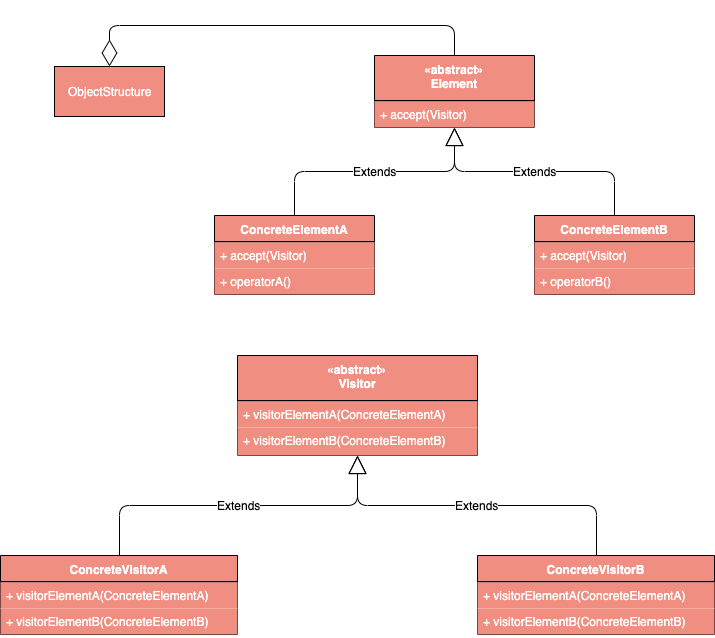
Above: docs/drawio/Visitor.png in CodePoem/VDesignPatterns (draw.io), before the change. Source tidied: cells renumbered, new cells last; positions are measured from the earlier drawing's top-left corner, leaving out a move shared by most shapes. Its diagram source:
```xml
<mxGraphModel>
  <root>
    <mxCell id="0" />
    <mxCell id="1" parent="0" />
    <mxCell id="2" value="«abstract»&#10;Visitor" style="swimlane;fontStyle=1;align=center;verticalAlign=top;horizontal=1;startSize=45;fillColor=#F08E81;fontColor=#FFFFFF;" parent="1" vertex="1">
      <mxGeometry x="237" y="330" width="240" height="100" as="geometry" />
    </mxCell>
    <mxCell id="3" style="line;strokeWidth=1;fillColor=#F08E81;align=left;verticalAlign=middle;spacingTop=-1;spacingLeft=3;spacingRight=3;labelPosition=right;fontColor=#FFFFFF;" parent="2" vertex="1">
      <mxGeometry y="45" width="240" height="1" as="geometry" />
    </mxCell>
    <mxCell id="4" value="+ visitorElementA(ConcreteElementA)" style="text;strokeColor=none;fillColor=#F08E81;align=left;verticalAlign=top;spacingLeft=4;spacingRight=4;overflow=hidden;fontColor=#FFFFFF;" parent="2" vertex="1">
      <mxGeometry y="46" width="240" height="26" as="geometry" />
    </mxCell>
    <mxCell id="5" value="+ visitorElementB(ConcreteElementB)" style="text;strokeColor=none;fillColor=#F08E81;align=left;verticalAlign=top;spacingLeft=4;spacingRight=4;overflow=hidden;fontColor=#FFFFFF;" parent="2" vertex="1">
      <mxGeometry y="72" width="240" height="28" as="geometry" />
    </mxCell>
    <mxCell id="6" value="ConcreteVisitorA" style="swimlane;fontStyle=1;align=center;verticalAlign=top;horizontal=1;startSize=26;fillColor=#F08E81;fontColor=#FFFFFF;" parent="1" vertex="1">
      <mxGeometry y="530" width="237" height="79" as="geometry" />
    </mxCell>
    <mxCell id="7" style="line;strokeWidth=1;fillColor=#F08E81;align=left;verticalAlign=middle;spacingTop=-1;spacingLeft=3;spacingRight=3;labelPosition=right;fontColor=#FFFFFF;" parent="6" vertex="1">
      <mxGeometry y="26" width="237" height="1" as="geometry" />
    </mxCell>
    <mxCell id="8" value="+ visitorElementA(ConcreteElementA)" style="text;strokeColor=none;fillColor=#F08E81;align=left;verticalAlign=top;spacingLeft=4;spacingRight=4;overflow=hidden;fontColor=#FFFFFF;" parent="6" vertex="1">
      <mxGeometry y="27" width="237" height="26" as="geometry" />
    </mxCell>
    <mxCell id="9" value="+ visitorElementB(ConcreteElementB)" style="text;strokeColor=none;fillColor=#F08E81;align=left;verticalAlign=top;spacingLeft=4;spacingRight=4;overflow=hidden;fontColor=#FFFFFF;" parent="6" vertex="1">
      <mxGeometry y="53" width="237" height="26" as="geometry" />
    </mxCell>
    <mxCell id="10" value="«abstract»&#10;Element" style="swimlane;fontStyle=1;align=center;verticalAlign=top;horizontal=1;startSize=45;fillColor=#F08E81;fontColor=#FFFFFF;" parent="1" vertex="1">
      <mxGeometry x="374" y="30" width="160" height="72" as="geometry" />
    </mxCell>
    <mxCell id="11" style="line;strokeWidth=1;fillColor=#F08E81;align=left;verticalAlign=middle;spacingTop=-1;spacingLeft=3;spacingRight=3;labelPosition=right;fontColor=#FFFFFF;" parent="10" vertex="1">
      <mxGeometry y="45" width="160" height="1" as="geometry" />
    </mxCell>
    <mxCell id="12" value="+ accept(Visitor)" style="text;strokeColor=none;fillColor=#F08E81;align=left;verticalAlign=top;spacingLeft=4;spacingRight=4;overflow=hidden;points=[[0,0.5],[1,0.5]];portConstraint=eastwest;fontColor=#FFFFFF;" parent="10" vertex="1">
      <mxGeometry y="46" width="160" height="26" as="geometry" />
    </mxCell>
    <mxCell id="13" value="ConcreteElementA" style="swimlane;fontStyle=1;align=center;verticalAlign=top;horizontal=1;startSize=26;fillColor=#F08E81;fontColor=#FFFFFF;" parent="1" vertex="1">
      <mxGeometry x="214" y="190" width="160" height="79" as="geometry" />
    </mxCell>
    <mxCell id="14" style="line;strokeWidth=1;fillColor=#F08E81;align=left;verticalAlign=middle;spacingTop=-1;spacingLeft=3;spacingRight=3;labelPosition=right;fontColor=#FFFFFF;" parent="13" vertex="1">
      <mxGeometry y="26" width="160" height="1" as="geometry" />
    </mxCell>
    <mxCell id="15" value="+ accept(Visitor)" style="text;strokeColor=none;fillColor=#F08E81;align=left;verticalAlign=top;spacingLeft=4;spacingRight=4;overflow=hidden;fontColor=#FFFFFF;" parent="13" vertex="1">
      <mxGeometry y="27" width="160" height="26" as="geometry" />
    </mxCell>
    <mxCell id="16" value="+ operatorA()" style="text;strokeColor=none;fillColor=#F08E81;align=left;verticalAlign=top;spacingLeft=4;spacingRight=4;overflow=hidden;fontColor=#FFFFFF;" parent="13" vertex="1">
      <mxGeometry y="53" width="160" height="26" as="geometry" />
    </mxCell>
    <mxCell id="17" value="ConcreteElementB" style="swimlane;fontStyle=1;align=center;verticalAlign=top;horizontal=1;startSize=26;fillColor=#F08E81;fontColor=#FFFFFF;" parent="1" vertex="1">
      <mxGeometry x="534" y="190" width="160" height="79" as="geometry" />
    </mxCell>
    <mxCell id="18" style="line;strokeWidth=1;fillColor=#F08E81;align=left;verticalAlign=middle;spacingTop=-1;spacingLeft=3;spacingRight=3;labelPosition=right;fontColor=#FFFFFF;" parent="17" vertex="1">
      <mxGeometry y="26" width="160" height="1" as="geometry" />
    </mxCell>
    <mxCell id="19" value="+ accept(Visitor)" style="text;strokeColor=none;fillColor=#F08E81;align=left;verticalAlign=top;spacingLeft=4;spacingRight=4;overflow=hidden;fontColor=#FFFFFF;" parent="17" vertex="1">
      <mxGeometry y="27" width="160" height="26" as="geometry" />
    </mxCell>
    <mxCell id="20" value="+ operatorB()" style="text;strokeColor=none;fillColor=#F08E81;align=left;verticalAlign=top;spacingLeft=4;spacingRight=4;overflow=hidden;fontColor=#FFFFFF;" parent="17" vertex="1">
      <mxGeometry y="53" width="160" height="26" as="geometry" />
    </mxCell>
    <mxCell id="21" value="ObjectStructure" style="html=1;fillColor=#F08E81;fontColor=#FFFFFF;" parent="1" vertex="1">
      <mxGeometry x="54" y="41" width="110" height="50" as="geometry" />
    </mxCell>
    <mxCell id="22" value="Extends" style="endArrow=block;endSize=16;endFill=0;html=1;fontColor=#000000;entryX=0.5;entryY=1;entryDx=0;entryDy=0;exitX=0.5;exitY=0;exitDx=0;exitDy=0;edgeStyle=orthogonalEdgeStyle;" parent="1" edge="1" source="13" target="10">
      <mxGeometry relative="1" as="geometry" />
    </mxCell>
    <mxCell id="23" value="Extends" style="endArrow=block;endSize=16;endFill=0;html=1;fontColor=#000000;entryX=0.5;entryY=1;entryDx=0;entryDy=0;entryPerimeter=0;exitX=0.5;exitY=0;exitDx=0;exitDy=0;edgeStyle=orthogonalEdgeStyle;" parent="1" edge="1" source="17" target="12">
      <mxGeometry relative="1" as="geometry" />
    </mxCell>
    <mxCell id="24" style="endArrow=diamondThin;endFill=0;endSize=24;html=1;fontColor=#000000;entryX=0.5;entryY=0;entryDx=0;entryDy=0;exitX=0.5;exitY=0;exitDx=0;exitDy=0;edgeStyle=orthogonalEdgeStyle;" parent="1" edge="1" source="10" target="21">
      <mxGeometry relative="1" as="geometry">
        <Array as="points">
          <mxPoint x="454" />
          <mxPoint x="109" />
        </Array>
      </mxGeometry>
    </mxCell>
    <mxCell id="25" value="Extends" style="endArrow=block;endSize=16;endFill=0;html=1;fontColor=#000000;entryX=0.5;entryY=1;entryDx=0;entryDy=0;exitX=0.5;exitY=0;exitDx=0;exitDy=0;edgeStyle=orthogonalEdgeStyle;" parent="1" edge="1" source="6" target="2">
      <mxGeometry relative="1" as="geometry" />
    </mxCell>
    <mxCell id="26" value="Extends" style="endArrow=block;endSize=16;endFill=0;html=1;fontColor=#000000;entryX=0.5;entryY=1;entryDx=0;entryDy=0;exitX=0.5;exitY=0;exitDx=0;exitDy=0;edgeStyle=orthogonalEdgeStyle;" parent="1" edge="1" source="27" target="2">
      <mxGeometry relative="1" as="geometry" />
    </mxCell>
    <mxCell id="27" value="ConcreteVisitorB" style="swimlane;fontStyle=1;align=center;verticalAlign=top;horizontal=1;startSize=26;fillColor=#F08E81;fontColor=#FFFFFF;" parent="1" vertex="1">
      <mxGeometry x="477" y="530" width="237" height="79" as="geometry" />
    </mxCell>
    <mxCell id="28" style="line;strokeWidth=1;fillColor=#F08E81;align=left;verticalAlign=middle;spacingTop=-1;spacingLeft=3;spacingRight=3;labelPosition=right;fontColor=#FFFFFF;" parent="27" vertex="1">
      <mxGeometry y="26" width="237" height="1" as="geometry" />
    </mxCell>
    <mxCell id="29" value="+ visitorElementA(ConcreteElementA)" style="text;strokeColor=none;fillColor=#F08E81;align=left;verticalAlign=top;spacingLeft=4;spacingRight=4;overflow=hidden;fontColor=#FFFFFF;" parent="27" vertex="1">
      <mxGeometry y="27" width="237" height="26" as="geometry" />
    </mxCell>
    <mxCell id="30" value="+ visitorElementB(ConcreteElementB)" style="text;strokeColor=none;fillColor=#F08E81;align=left;verticalAlign=top;spacingLeft=4;spacingRight=4;overflow=hidden;fontColor=#FFFFFF;" parent="27" vertex="1">
      <mxGeometry y="53" width="237" height="26" as="geometry" />
    </mxCell>
  </root>
</mxGraphModel>
```
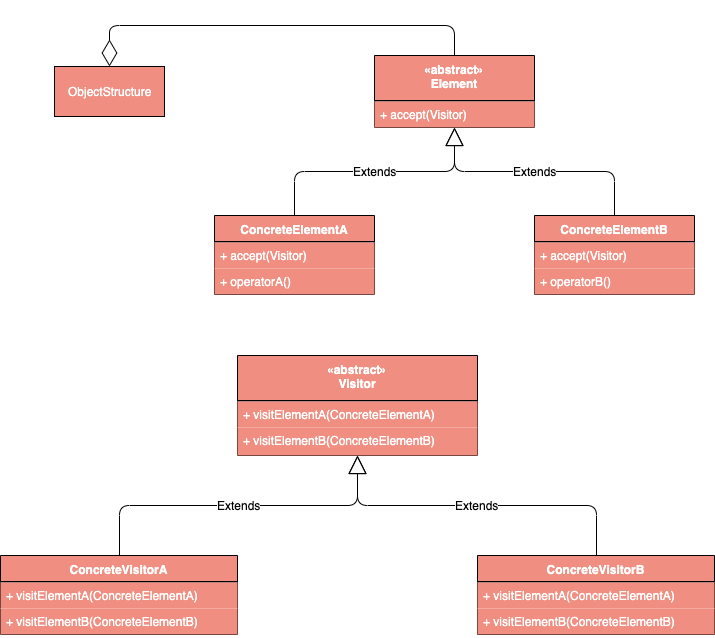
The same file after the commit.

Change to the diagram source:
```diff
@@ -8,10 +8,10 @@
     <mxCell id="3" style="line;strokeWidth=1;fillColor=#F08E81;align=left;verticalAlign=middle;spacingTop=-1;spacingLeft=3;spacingRight=3;labelPosition=right;fontColor=#FFFFFF;" parent="2" vertex="1">
       <mxGeometry y="45" width="240" height="1" as="geometry" />
     </mxCell>
-    <mxCell id="4" value="+ visitorElementA(ConcreteElementA)" style="text;strokeColor=none;fillColor=#F08E81;align=left;verticalAlign=top;spacingLeft=4;spacingRight=4;overflow=hidden;fontColor=#FFFFFF;" parent="2" vertex="1">
+    <mxCell id="4" value="+ visitElementA(ConcreteElementA)" style="text;strokeColor=none;fillColor=#F08E81;align=left;verticalAlign=top;spacingLeft=4;spacingRight=4;overflow=hidden;fontColor=#FFFFFF;" parent="2" vertex="1">
       <mxGeometry y="46" width="240" height="26" as="geometry" />
     </mxCell>
-    <mxCell id="5" value="+ visitorElementB(ConcreteElementB)" style="text;strokeColor=none;fillColor=#F08E81;align=left;verticalAlign=top;spacingLeft=4;spacingRight=4;overflow=hidden;fontColor=#FFFFFF;" parent="2" vertex="1">
+    <mxCell id="5" value="+ visitElementB(ConcreteElementB)" style="text;strokeColor=none;fillColor=#F08E81;align=left;verticalAlign=top;spacingLeft=4;spacingRight=4;overflow=hidden;fontColor=#FFFFFF;" parent="2" vertex="1">
       <mxGeometry y="72" width="240" height="28" as="geometry" />
     </mxCell>
     <mxCell id="6" value="ConcreteVisitorA" style="swimlane;fontStyle=1;align=center;verticalAlign=top;horizontal=1;startSize=26;fillColor=#F08E81;fontColor=#FFFFFF;" parent="1" vertex="1">
@@ -20,10 +20,10 @@
     <mxCell id="7" style="line;strokeWidth=1;fillColor=#F08E81;align=left;verticalAlign=middle;spacingTop=-1;spacingLeft=3;spacingRight=3;labelPosition=right;fontColor=#FFFFFF;" parent="6" vertex="1">
       <mxGeometry y="26" width="237" height="1" as="geometry" />
     </mxCell>
-    <mxCell id="8" value="+ visitorElementA(ConcreteElementA)" style="text;strokeColor=none;fillColor=#F08E81;align=left;verticalAlign=top;spacingLeft=4;spacingRight=4;overflow=hidden;fontColor=#FFFFFF;" parent="6" vertex="1">
+    <mxCell id="8" value="+ visitElementA(ConcreteElementA)" style="text;strokeColor=none;fillColor=#F08E81;align=left;verticalAlign=top;spacingLeft=4;spacingRight=4;overflow=hidden;fontColor=#FFFFFF;" parent="6" vertex="1">
       <mxGeometry y="27" width="237" height="26" as="geometry" />
     </mxCell>
-    <mxCell id="9" value="+ visitorElementB(ConcreteElementB)" style="text;strokeColor=none;fillColor=#F08E81;align=left;verticalAlign=top;spacingLeft=4;spacingRight=4;overflow=hidden;fontColor=#FFFFFF;" parent="6" vertex="1">
+    <mxCell id="9" value="+ visitElementB(ConcreteElementB)" style="text;strokeColor=none;fillColor=#F08E81;align=left;verticalAlign=top;spacingLeft=4;spacingRight=4;overflow=hidden;fontColor=#FFFFFF;" parent="6" vertex="1">
       <mxGeometry y="53" width="237" height="26" as="geometry" />
     </mxCell>
     <mxCell id="10" value="«abstract»&#10;Element" style="swimlane;fontStyle=1;align=center;verticalAlign=top;horizontal=1;startSize=45;fillColor=#F08E81;fontColor=#FFFFFF;" parent="1" vertex="1">
@@ -88,10 +88,10 @@
     <mxCell id="28" style="line;strokeWidth=1;fillColor=#F08E81;align=left;verticalAlign=middle;spacingTop=-1;spacingLeft=3;spacingRight=3;labelPosition=right;fontColor=#FFFFFF;" parent="27" vertex="1">
       <mxGeometry y="26" width="237" height="1" as="geometry" />
     </mxCell>
-    <mxCell id="29" value="+ visitorElementA(ConcreteElementA)" style="text;strokeColor=none;fillColor=#F08E81;align=left;verticalAlign=top;spacingLeft=4;spacingRight=4;overflow=hidden;fontColor=#FFFFFF;" parent="27" vertex="1">
+    <mxCell id="29" value="+ visitElementA(ConcreteElementA)" style="text;strokeColor=none;fillColor=#F08E81;align=left;verticalAlign=top;spacingLeft=4;spacingRight=4;overflow=hidden;fontColor=#FFFFFF;" parent="27" vertex="1">
       <mxGeometry y="27" width="237" height="26" as="geometry" />
     </mxCell>
-    <mxCell id="30" value="+ visitorElementB(ConcreteElementB)" style="text;strokeColor=none;fillColor=#F08E81;align=left;verticalAlign=top;spacingLeft=4;spacingRight=4;overflow=hidden;fontColor=#FFFFFF;" parent="27" vertex="1">
+    <mxCell id="30" value="+ visitElementB(ConcreteElementB)" style="text;strokeColor=none;fillColor=#F08E81;align=left;verticalAlign=top;spacingLeft=4;spacingRight=4;overflow=hidden;fontColor=#FFFFFF;" parent="27" vertex="1">
       <mxGeometry y="53" width="237" height="26" as="geometry" />
     </mxCell>
   </root>
```
